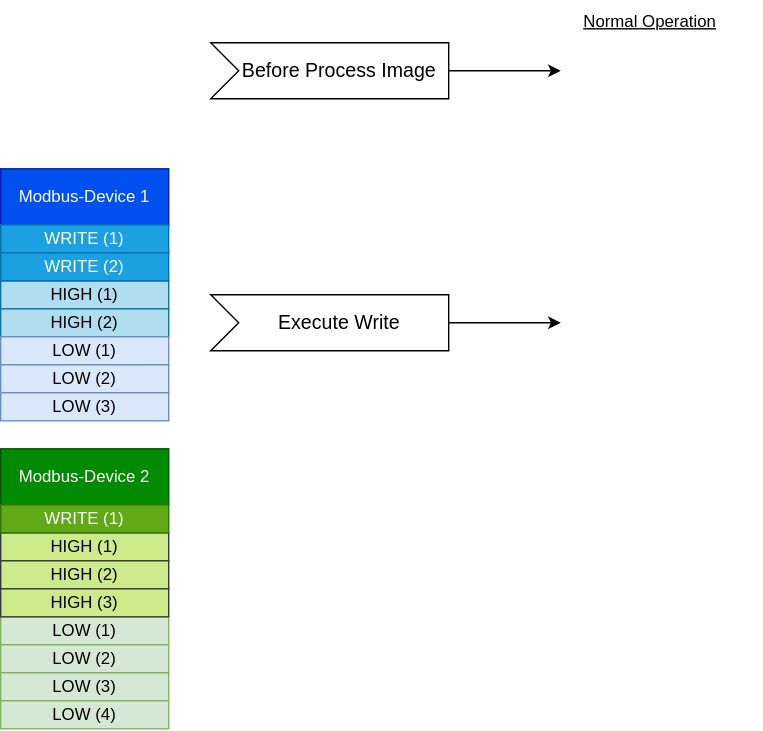
Before: io.openems.edge.bridge.modbus/doc/modbus-bridge.svg, a diagram exported from draw.io (OpenEMS/openems). Source tidied: cells renumbered, new cells last; positions are measured from the earlier drawing's top-left corner, leaving out a move shared by most shapes. Its diagram source:
```xml
<mxGraphModel>
  <root>
    <mxCell id="0" />
    <mxCell id="1" parent="0" />
    <mxCell id="2" value="Modbus-Device 1" style="rounded=0;whiteSpace=wrap;html=1;fillColor=#0050ef;fontColor=#ffffff;strokeColor=#001DBC;" parent="1" vertex="1">
      <mxGeometry y="120" width="120" height="40" as="geometry" />
    </mxCell>
    <mxCell id="3" value="HIGH (1)" style="rounded=0;whiteSpace=wrap;html=1;fillColor=#b1ddf0;strokeColor=#10739e;" parent="1" vertex="1">
      <mxGeometry y="200" width="120" height="20" as="geometry" />
    </mxCell>
    <mxCell id="4" value="HIGH (2)" style="rounded=0;whiteSpace=wrap;html=1;fillColor=#b1ddf0;strokeColor=#10739e;" parent="1" vertex="1">
      <mxGeometry y="220" width="120" height="20" as="geometry" />
    </mxCell>
    <mxCell id="5" value="LOW (1)" style="rounded=0;whiteSpace=wrap;html=1;fillColor=#dae8fc;strokeColor=#6c8ebf;" parent="1" vertex="1">
      <mxGeometry y="240" width="120" height="20" as="geometry" />
    </mxCell>
    <mxCell id="6" value="LOW (2)" style="rounded=0;whiteSpace=wrap;html=1;fillColor=#dae8fc;strokeColor=#6c8ebf;" parent="1" vertex="1">
      <mxGeometry y="260" width="120" height="20" as="geometry" />
    </mxCell>
    <mxCell id="7" value="LOW (3)" style="rounded=0;whiteSpace=wrap;html=1;fillColor=#dae8fc;strokeColor=#6c8ebf;" parent="1" vertex="1">
      <mxGeometry y="280" width="120" height="20" as="geometry" />
    </mxCell>
    <mxCell id="8" value="Modbus-Device 2" style="rounded=0;whiteSpace=wrap;html=1;fillColor=#008a00;fontColor=#ffffff;strokeColor=#005700;" parent="1" vertex="1">
      <mxGeometry y="320" width="120" height="40" as="geometry" />
    </mxCell>
    <mxCell id="9" value="HIGH (1)" style="rounded=0;whiteSpace=wrap;html=1;fillColor=#cdeb8b;strokeColor=#36393d;" parent="1" vertex="1">
      <mxGeometry y="380" width="120" height="20" as="geometry" />
    </mxCell>
    <mxCell id="10" value="HIGH (2)" style="rounded=0;whiteSpace=wrap;html=1;fillColor=#cdeb8b;strokeColor=#36393d;" parent="1" vertex="1">
      <mxGeometry y="400" width="120" height="20" as="geometry" />
    </mxCell>
    <mxCell id="11" value="LOW (1)" style="rounded=0;whiteSpace=wrap;html=1;fillColor=#d5e8d4;strokeColor=#82b366;" parent="1" vertex="1">
      <mxGeometry y="440" width="120" height="20" as="geometry" />
    </mxCell>
    <mxCell id="12" value="LOW (2)" style="rounded=0;whiteSpace=wrap;html=1;fillColor=#d5e8d4;strokeColor=#82b366;" parent="1" vertex="1">
      <mxGeometry y="460" width="120" height="20" as="geometry" />
    </mxCell>
    <mxCell id="13" value="LOW (3)" style="rounded=0;whiteSpace=wrap;html=1;fillColor=#d5e8d4;strokeColor=#82b366;" parent="1" vertex="1">
      <mxGeometry y="480" width="120" height="20" as="geometry" />
    </mxCell>
    <mxCell id="14" value="HIGH (3)" style="rounded=0;whiteSpace=wrap;html=1;fillColor=#cdeb8b;strokeColor=#36393d;" parent="1" vertex="1">
      <mxGeometry y="420" width="120" height="20" as="geometry" />
    </mxCell>
    <mxCell id="15" value="LOW (4)" style="rounded=0;whiteSpace=wrap;html=1;fillColor=#d5e8d4;strokeColor=#82b366;" parent="1" vertex="1">
      <mxGeometry y="500" width="120" height="20" as="geometry" />
    </mxCell>
    <mxCell id="16" value="WRITE (1)" style="rounded=0;whiteSpace=wrap;html=1;fillColor=#1ba1e2;strokeColor=#006EAF;fontColor=#ffffff;" parent="1" vertex="1">
      <mxGeometry y="160" width="120" height="20" as="geometry" />
    </mxCell>
    <mxCell id="17" value="WRITE (2)" style="rounded=0;whiteSpace=wrap;html=1;fillColor=#1ba1e2;strokeColor=#006EAF;fontColor=#ffffff;" parent="1" vertex="1">
      <mxGeometry y="180" width="120" height="20" as="geometry" />
    </mxCell>
    <mxCell id="18" value="WRITE (1)" style="rounded=0;whiteSpace=wrap;html=1;fillColor=#60a917;strokeColor=#2D7600;fontColor=#ffffff;" parent="1" vertex="1">
      <mxGeometry y="360" width="120" height="20" as="geometry" />
    </mxCell>
    <mxCell id="19" value="Normal Operation" style="text;html=1;strokeColor=none;fillColor=none;align=center;verticalAlign=middle;whiteSpace=wrap;rounded=0;fontStyle=4;" parent="1" vertex="1">
      <mxGeometry x="384" width="160" height="30" as="geometry" />
    </mxCell>
    <mxCell id="20" value="Before Process Image" style="html=1;shape=mxgraph.infographic.ribbonSimple;notch1=20;notch2=0;align=center;verticalAlign=middle;fontSize=14;fontStyle=0;fillColor=#FFFFFF;flipH=0;spacingRight=0;spacingLeft=14;whiteSpace=wrap;" parent="1" vertex="1">
      <mxGeometry x="150" y="30" width="170" height="40" as="geometry" />
    </mxCell>
    <mxCell id="21" style="endArrow=classic;html=1;rounded=0;exitX=1;exitY=0.5;exitDx=0;exitDy=0;exitPerimeter=0;" parent="1" edge="1" source="20">
      <mxGeometry relative="1" as="geometry">
        <mxPoint x="400" y="50" as="targetPoint" />
      </mxGeometry>
    </mxCell>
    <mxCell id="22" value="Execute Write" style="html=1;shape=mxgraph.infographic.ribbonSimple;notch1=20;notch2=0;align=center;verticalAlign=middle;fontSize=14;fontStyle=0;fillColor=#FFFFFF;flipH=0;spacingRight=0;spacingLeft=14;whiteSpace=wrap;" parent="1" vertex="1">
      <mxGeometry x="150" y="210" width="170" height="40" as="geometry" />
    </mxCell>
    <mxCell id="23" style="endArrow=classic;html=1;rounded=0;exitX=1;exitY=0.5;exitDx=0;exitDy=0;exitPerimeter=0;" parent="1" edge="1" source="22">
      <mxGeometry relative="1" as="geometry">
        <mxPoint x="400" y="230" as="targetPoint" />
      </mxGeometry>
    </mxCell>
  </root>
</mxGraphModel>
```
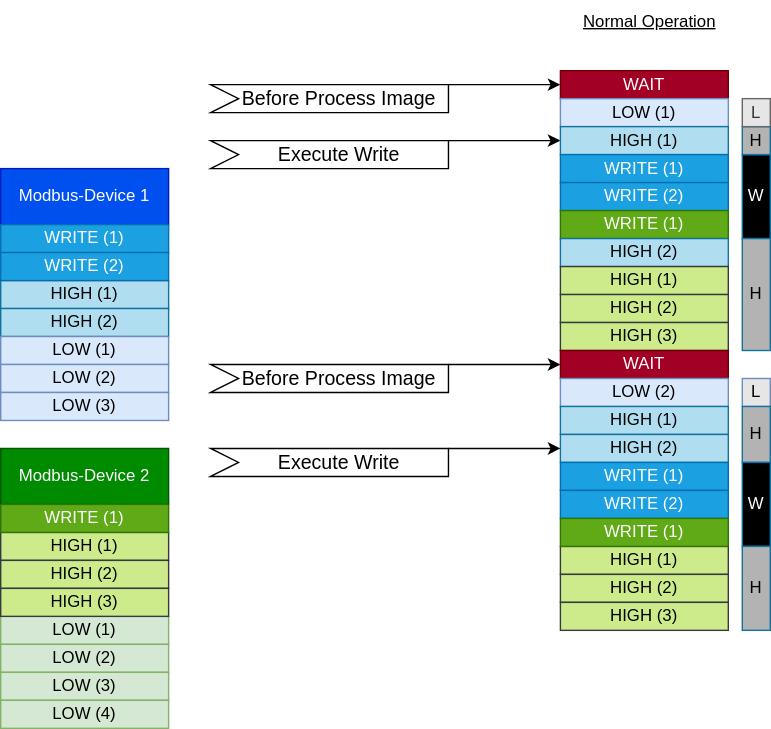
Later version of the same file.

Change to the diagram source:
```diff
@@ -57,20 +57,120 @@
       <mxGeometry x="384" width="160" height="30" as="geometry" />
     </mxCell>
     <mxCell id="20" value="Before Process Image" style="html=1;shape=mxgraph.infographic.ribbonSimple;notch1=20;notch2=0;align=center;verticalAlign=middle;fontSize=14;fontStyle=0;fillColor=#FFFFFF;flipH=0;spacingRight=0;spacingLeft=14;whiteSpace=wrap;" parent="1" vertex="1">
-      <mxGeometry x="150" y="30" width="170" height="40" as="geometry" />
+      <mxGeometry x="150" y="60" width="170" height="20" as="geometry" />
     </mxCell>
-    <mxCell id="21" style="endArrow=classic;html=1;rounded=0;exitX=1;exitY=0.5;exitDx=0;exitDy=0;exitPerimeter=0;" parent="1" edge="1" source="20">
+    <mxCell id="21" style="endArrow=classic;html=1;rounded=0;exitX=0;exitY=0;exitDx=170;exitDy=0;exitPerimeter=0;" parent="1" edge="1" source="20">
       <mxGeometry relative="1" as="geometry">
-        <mxPoint x="400" y="50" as="targetPoint" />
+        <mxPoint x="400" y="60" as="targetPoint" />
       </mxGeometry>
     </mxCell>
     <mxCell id="22" value="Execute Write" style="html=1;shape=mxgraph.infographic.ribbonSimple;notch1=20;notch2=0;align=center;verticalAlign=middle;fontSize=14;fontStyle=0;fillColor=#FFFFFF;flipH=0;spacingRight=0;spacingLeft=14;whiteSpace=wrap;" parent="1" vertex="1">
-      <mxGeometry x="150" y="210" width="170" height="40" as="geometry" />
+      <mxGeometry x="150" y="100" width="170" height="20" as="geometry" />
     </mxCell>
-    <mxCell id="23" style="endArrow=classic;html=1;rounded=0;exitX=1;exitY=0.5;exitDx=0;exitDy=0;exitPerimeter=0;" parent="1" edge="1" source="22">
+    <mxCell id="23" style="endArrow=classic;html=1;rounded=0;exitX=0;exitY=0;exitDx=170;exitDy=0;exitPerimeter=0;" parent="1" edge="1" source="22">
       <mxGeometry relative="1" as="geometry">
-        <mxPoint x="400" y="230" as="targetPoint" />
+        <mxPoint x="400" y="100" as="targetPoint" />
       </mxGeometry>
     </mxCell>
+    <mxCell id="24" value="WAIT" style="rounded=0;whiteSpace=wrap;html=1;fillColor=#a20025;strokeColor=#6F0000;fontColor=#ffffff;" parent="1" vertex="1">
+      <mxGeometry x="400" y="50" width="120" height="20" as="geometry" />
+    </mxCell>
+    <mxCell id="25" value="LOW (1)" style="rounded=0;whiteSpace=wrap;html=1;fillColor=#dae8fc;strokeColor=#6c8ebf;" parent="1" vertex="1">
+      <mxGeometry x="400" y="70" width="120" height="20" as="geometry" />
+    </mxCell>
+    <mxCell id="26" value="HIGH (1)" style="rounded=0;whiteSpace=wrap;html=1;fillColor=#b1ddf0;strokeColor=#10739e;" parent="1" vertex="1">
+      <mxGeometry x="400" y="90" width="120" height="20" as="geometry" />
+    </mxCell>
+    <mxCell id="27" value="WRITE (1)" style="rounded=0;whiteSpace=wrap;html=1;fillColor=#1ba1e2;strokeColor=#006EAF;fontColor=#ffffff;" parent="1" vertex="1">
+      <mxGeometry x="400" y="110" width="120" height="20" as="geometry" />
+    </mxCell>
+    <mxCell id="28" value="WRITE (2)" style="rounded=0;whiteSpace=wrap;html=1;fillColor=#1ba1e2;strokeColor=#006EAF;fontColor=#ffffff;" parent="1" vertex="1">
+      <mxGeometry x="400" y="130" width="120" height="20" as="geometry" />
+    </mxCell>
+    <mxCell id="29" value="WRITE (1)" style="rounded=0;whiteSpace=wrap;html=1;fillColor=#60a917;strokeColor=#2D7600;fontColor=#ffffff;" parent="1" vertex="1">
+      <mxGeometry x="400" y="150" width="120" height="20" as="geometry" />
+    </mxCell>
+    <mxCell id="30" value="HIGH (2)" style="rounded=0;whiteSpace=wrap;html=1;fillColor=#b1ddf0;strokeColor=#10739e;" parent="1" vertex="1">
+      <mxGeometry x="400" y="170" width="120" height="20" as="geometry" />
+    </mxCell>
+    <mxCell id="31" value="HIGH (1)" style="rounded=0;whiteSpace=wrap;html=1;fillColor=#cdeb8b;strokeColor=#36393d;" parent="1" vertex="1">
+      <mxGeometry x="400" y="190" width="120" height="20" as="geometry" />
+    </mxCell>
+    <mxCell id="32" value="HIGH (2)" style="rounded=0;whiteSpace=wrap;html=1;fillColor=#cdeb8b;strokeColor=#36393d;" parent="1" vertex="1">
+      <mxGeometry x="400" y="210" width="120" height="20" as="geometry" />
+    </mxCell>
+    <mxCell id="33" value="HIGH (3)" style="rounded=0;whiteSpace=wrap;html=1;fillColor=#cdeb8b;strokeColor=#36393d;" parent="1" vertex="1">
+      <mxGeometry x="400" y="230" width="120" height="20" as="geometry" />
+    </mxCell>
+    <mxCell id="34" value="Before Process Image" style="html=1;shape=mxgraph.infographic.ribbonSimple;notch1=20;notch2=0;align=center;verticalAlign=middle;fontSize=14;fontStyle=0;fillColor=#FFFFFF;flipH=0;spacingRight=0;spacingLeft=14;whiteSpace=wrap;" parent="1" vertex="1">
+      <mxGeometry x="150" y="260" width="170" height="20" as="geometry" />
+    </mxCell>
+    <mxCell id="35" style="endArrow=classic;html=1;rounded=0;exitX=0;exitY=0;exitDx=170;exitDy=0;exitPerimeter=0;" parent="1" edge="1" source="34">
+      <mxGeometry relative="1" as="geometry">
+        <mxPoint x="400" y="260" as="targetPoint" />
+      </mxGeometry>
+    </mxCell>
+    <mxCell id="36" value="WAIT" style="rounded=0;whiteSpace=wrap;html=1;fillColor=#a20025;strokeColor=#6F0000;fontColor=#ffffff;" parent="1" vertex="1">
+      <mxGeometry x="400" y="250" width="120" height="20" as="geometry" />
+    </mxCell>
+    <mxCell id="37" value="LOW (2)" style="rounded=0;whiteSpace=wrap;html=1;fillColor=#dae8fc;strokeColor=#6c8ebf;" parent="1" vertex="1">
+      <mxGeometry x="400" y="270" width="120" height="20" as="geometry" />
+    </mxCell>
+    <mxCell id="38" value="HIGH (1)" style="rounded=0;whiteSpace=wrap;html=1;fillColor=#b1ddf0;strokeColor=#10739e;" parent="1" vertex="1">
+      <mxGeometry x="400" y="290" width="120" height="20" as="geometry" />
+    </mxCell>
+    <mxCell id="39" value="HIGH (2)" style="rounded=0;whiteSpace=wrap;html=1;fillColor=#b1ddf0;strokeColor=#10739e;" parent="1" vertex="1">
+      <mxGeometry x="400" y="310" width="120" height="20" as="geometry" />
+    </mxCell>
+    <mxCell id="40" value="Execute Write" style="html=1;shape=mxgraph.infographic.ribbonSimple;notch1=20;notch2=0;align=center;verticalAlign=middle;fontSize=14;fontStyle=0;fillColor=#FFFFFF;flipH=0;spacingRight=0;spacingLeft=14;whiteSpace=wrap;" parent="1" vertex="1">
+      <mxGeometry x="150" y="320" width="170" height="20" as="geometry" />
+    </mxCell>
+    <mxCell id="41" style="endArrow=classic;html=1;rounded=0;exitX=0;exitY=0;exitDx=170;exitDy=0;exitPerimeter=0;" parent="1" edge="1" source="40">
+      <mxGeometry relative="1" as="geometry">
+        <mxPoint x="400" y="320" as="targetPoint" />
+      </mxGeometry>
+    </mxCell>
+    <mxCell id="42" value="HIGH (1)" style="rounded=0;whiteSpace=wrap;html=1;fillColor=#cdeb8b;strokeColor=#36393d;" parent="1" vertex="1">
+      <mxGeometry x="400" y="390" width="120" height="20" as="geometry" />
+    </mxCell>
+    <mxCell id="43" value="HIGH (2)" style="rounded=0;whiteSpace=wrap;html=1;fillColor=#cdeb8b;strokeColor=#36393d;" parent="1" vertex="1">
+      <mxGeometry x="400" y="410" width="120" height="20" as="geometry" />
+    </mxCell>
+    <mxCell id="44" value="HIGH (3)" style="rounded=0;whiteSpace=wrap;html=1;fillColor=#cdeb8b;strokeColor=#36393d;" parent="1" vertex="1">
+      <mxGeometry x="400" y="430" width="120" height="20" as="geometry" />
+    </mxCell>
+    <mxCell id="45" value="WRITE (1)" style="rounded=0;whiteSpace=wrap;html=1;fillColor=#1ba1e2;strokeColor=#006EAF;fontColor=#ffffff;" parent="1" vertex="1">
+      <mxGeometry x="400" y="330" width="120" height="20" as="geometry" />
+    </mxCell>
+    <mxCell id="46" value="WRITE (2)" style="rounded=0;whiteSpace=wrap;html=1;fillColor=#1ba1e2;strokeColor=#006EAF;fontColor=#ffffff;" parent="1" vertex="1">
+      <mxGeometry x="400" y="350" width="120" height="20" as="geometry" />
+    </mxCell>
+    <mxCell id="47" value="WRITE (1)" style="rounded=0;whiteSpace=wrap;html=1;fillColor=#60a917;strokeColor=#2D7600;fontColor=#ffffff;" parent="1" vertex="1">
+      <mxGeometry x="400" y="370" width="120" height="20" as="geometry" />
+    </mxCell>
+    <mxCell id="48" value="W" style="rounded=0;whiteSpace=wrap;html=1;fillColor=#000000;strokeColor=#006EAF;fontColor=#ffffff;" parent="1" vertex="1">
+      <mxGeometry x="530" y="110" width="20" height="60" as="geometry" />
+    </mxCell>
+    <mxCell id="49" value="H" style="rounded=0;whiteSpace=wrap;html=1;fillColor=#B3B3B3;strokeColor=#10739e;" parent="1" vertex="1">
+      <mxGeometry x="530" y="170" width="20" height="80" as="geometry" />
+    </mxCell>
+    <mxCell id="50" value="H" style="rounded=0;whiteSpace=wrap;html=1;fillColor=#B3B3B3;strokeColor=#10739e;" parent="1" vertex="1">
+      <mxGeometry x="530" y="90" width="20" height="20" as="geometry" />
+    </mxCell>
+    <mxCell id="51" value="L" style="rounded=0;whiteSpace=wrap;html=1;fillColor=#E6E6E6;strokeColor=#666666;fontColor=#333333;" parent="1" vertex="1">
+      <mxGeometry x="530" y="70" width="20" height="20" as="geometry" />
+    </mxCell>
+    <mxCell id="52" value="L" style="rounded=0;whiteSpace=wrap;html=1;fillColor=#E6E6E6;strokeColor=#6c8ebf;" parent="1" vertex="1">
+      <mxGeometry x="530" y="270" width="20" height="20" as="geometry" />
+    </mxCell>
+    <mxCell id="53" value="H" style="rounded=0;whiteSpace=wrap;html=1;fillColor=#B3B3B3;strokeColor=#10739e;" parent="1" vertex="1">
+      <mxGeometry x="530" y="290" width="20" height="40" as="geometry" />
+    </mxCell>
+    <mxCell id="54" value="W" style="rounded=0;whiteSpace=wrap;html=1;fillColor=#000000;strokeColor=#006EAF;fontColor=#ffffff;" parent="1" vertex="1">
+      <mxGeometry x="530" y="330" width="20" height="60" as="geometry" />
+    </mxCell>
+    <mxCell id="55" value="H" style="rounded=0;whiteSpace=wrap;html=1;fillColor=#B3B3B3;strokeColor=#10739e;" parent="1" vertex="1">
+      <mxGeometry x="530" y="390" width="20" height="60" as="geometry" />
+    </mxCell>
   </root>
 </mxGraphModel>
```
